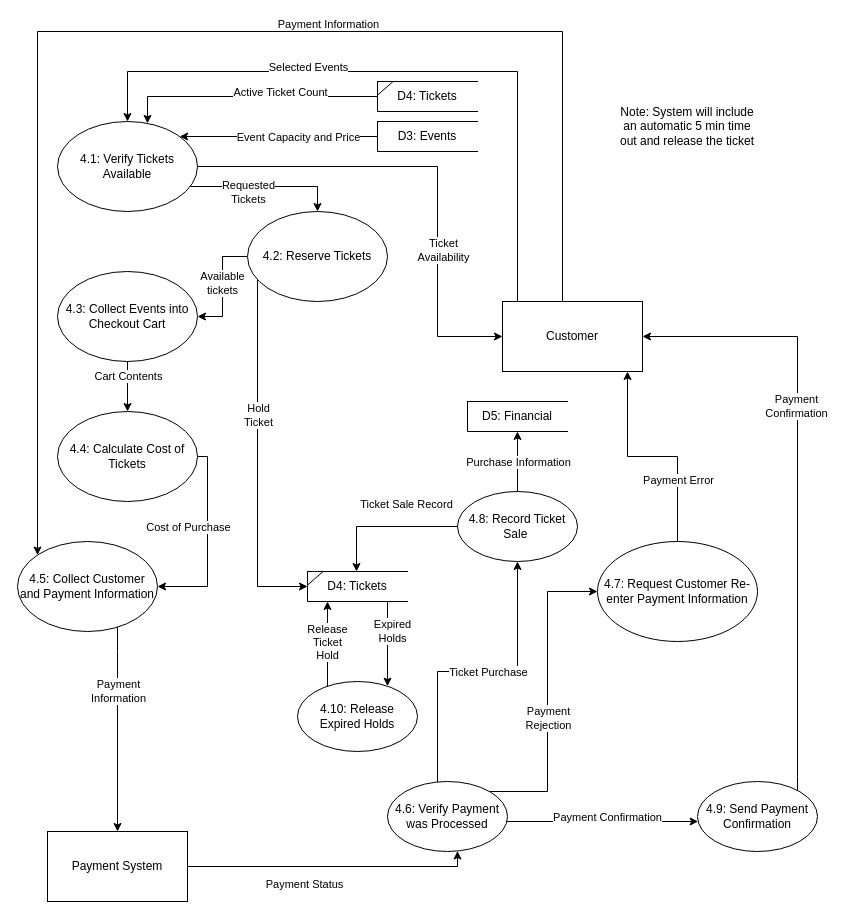
Before: page "4.0: Purchase a ticket Level 2" (6 of 10) of ITEC 630 DFD Ticket Mangement System .drawio in SteveWChang/UMGC-ITEC--630-Ticketing-System-Modeling-and-Analysis, a draw.io diagram. Source tidied: cells renumbered, new cells numbered last; positions are measured from the earlier drawing's top-left corner, leaving out a move shared by most shapes. Both pictures are drawn from the tidied source at 100%, with x=0, y=0 at pixel (17, 31).
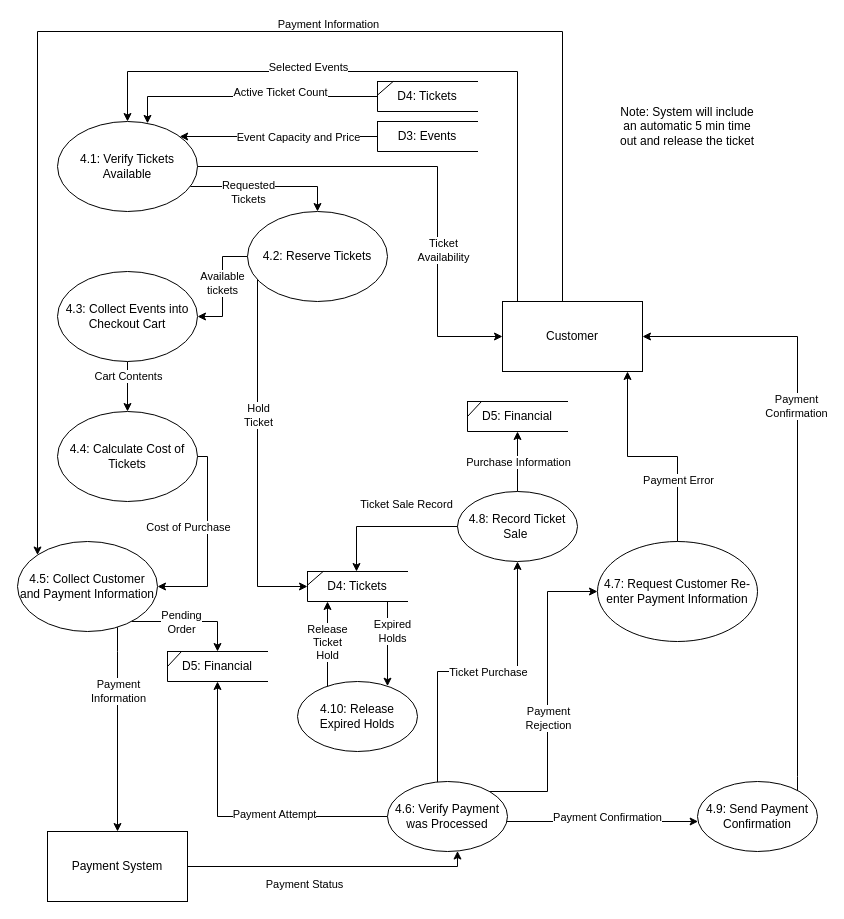
After the change.

Unchanged cells that the change refers to:
```xml
<mxCell id="4" value="4.5: Collect Customer and Payment Information" style="shape=ellipse;html=1;dashed=0;whiteSpace=wrap;perimeter=ellipsePerimeter;" parent="1" vertex="1">
  <mxGeometry y="510" width="140" height="90" as="geometry" />
</mxCell>
<mxCell id="13" value="4.6: Verify Payment was Processed" style="shape=ellipse;html=1;dashed=0;whiteSpace=wrap;perimeter=ellipsePerimeter;" parent="1" vertex="1">
  <mxGeometry x="370" y="750" width="120" height="70" as="geometry" />
</mxCell>
<mxCell id="23" value="&lt;div&gt;4.8: Record Ticket Sale&amp;nbsp;&lt;/div&gt;" style="shape=ellipse;html=1;dashed=0;whiteSpace=wrap;perimeter=ellipsePerimeter;" parent="1" vertex="1">
  <mxGeometry x="440" y="460" width="120" height="70" as="geometry" />
</mxCell>
```

Diff of the diagram source:
```diff
@@
+    <mxCell id="63" style="edgeStyle=orthogonalEdgeStyle;rounded=0;jettySize=auto;html=1;" parent="1" edge="1" source="4" target="71">
+      <mxGeometry relative="1" as="geometry">
+        <Array as="points">
+          <mxPoint x="200" y="590" />
+        </Array>
+      </mxGeometry>
+    </mxCell>
+    <mxCell id="64" value="Pending&lt;div&gt;Order&lt;/div&gt;" style="edgeLabel;html=1;align=center;verticalAlign=middle;" parent="63" vertex="1">
+      <mxGeometry x="-0.14" relative="1" as="geometry" />
+    </mxCell>
@@
+    <mxCell id="65" style="edgeStyle=orthogonalEdgeStyle;rounded=0;jettySize=auto;html=1;" parent="1" edge="1" source="13" target="71">
+      <mxGeometry relative="1" as="geometry" />
+    </mxCell>
+    <mxCell id="66" value="Payment Attempt" style="edgeLabel;html=1;align=center;verticalAlign=middle;" parent="65" vertex="1">
+      <mxGeometry x="-0.25" y="-3" relative="1" as="geometry" />
+    </mxCell>
@@
-    <mxCell id="21" style="edgeStyle=orthogonalEdgeStyle;rounded=0;jettySize=auto;html=1;" parent="1" edge="1" source="23" target="24">
+    <mxCell id="21" style="edgeStyle=orthogonalEdgeStyle;rounded=0;jettySize=auto;html=1;" parent="1" edge="1" source="23" target="68">
       <mxGeometry x="-0.3" relative="1" as="geometry" />
     </mxCell>
@@
-    <mxCell id="24" value="D5: Financial" style="html=1;dashed=0;whiteSpace=wrap;shape=partialRectangle;right=0;" parent="1" vertex="1">
-      <mxGeometry x="450" y="370" width="100" height="30" as="geometry" />
-    </mxCell>
@@
+    <mxCell id="67" style="group;" parent="1" vertex="1">
+      <mxGeometry x="450" y="370" width="100" height="30" as="geometry" />
+    </mxCell>
+    <mxCell id="68" value="D5: Financial" style="html=1;dashed=0;whiteSpace=wrap;shape=partialRectangle;right=0;" parent="67" vertex="1">
+      <mxGeometry width="100" height="30" as="geometry" />
+    </mxCell>
+    <mxCell id="69" style="endArrow=none;html=1;rounded=0;exitX=0.14;exitY=-0.001;exitDx=0;exitDy=0;entryX=0;entryY=0.5;entryDx=0;entryDy=0;exitPerimeter=0;" parent="67" edge="1">
+      <mxGeometry relative="1" as="geometry">
+        <mxPoint x="14" as="sourcePoint" />
+        <mxPoint y="15" as="targetPoint" />
+      </mxGeometry>
+    </mxCell>
+    <mxCell id="70" style="group;" parent="1" vertex="1">
+      <mxGeometry x="150" y="620" width="100" height="30" as="geometry" />
+    </mxCell>
+    <mxCell id="71" value="D5: Financial" style="html=1;dashed=0;whiteSpace=wrap;shape=partialRectangle;right=0;" parent="70" vertex="1">
+      <mxGeometry width="100" height="30" as="geometry" />
+    </mxCell>
+    <mxCell id="72" style="endArrow=none;html=1;rounded=0;exitX=0.14;exitY=-0.001;exitDx=0;exitDy=0;entryX=0;entryY=0.5;entryDx=0;entryDy=0;exitPerimeter=0;" parent="70" edge="1">
+      <mxGeometry relative="1" as="geometry">
+        <mxPoint x="14" as="sourcePoint" />
+        <mxPoint y="15" as="targetPoint" />
+      </mxGeometry>
+    </mxCell>
```
